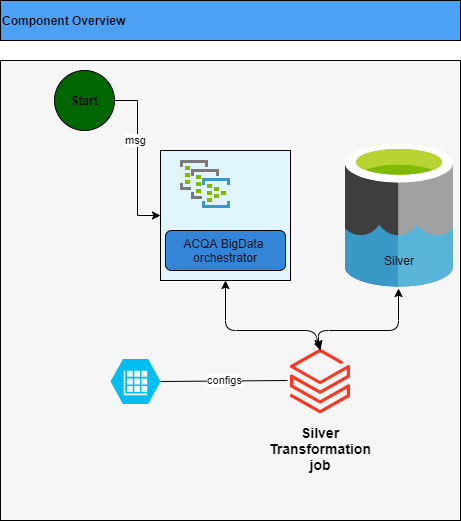
Earlier version of the draw.io export proposal_1.png (mdfarooqii/farooq_demo_project). Source tidied: cells renumbered, new cells last; positions are measured from the earlier drawing's top-left corner, leaving out a move shared by most shapes.
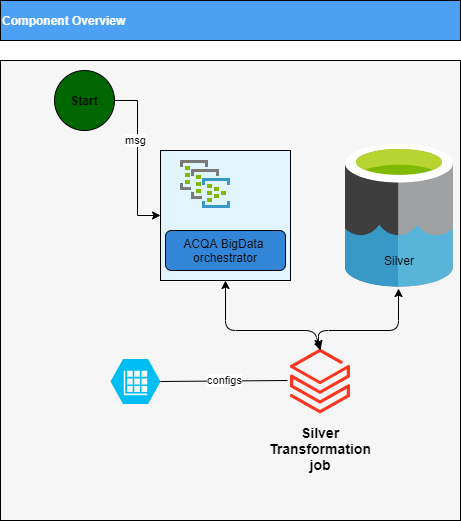
After the change.

Change to the diagram source:
```diff
@@ -58,7 +58,7 @@
     <mxCell id="15" style="html=1;points=[];align=center;image;fontSize=12;image=img/lib/mscae/Data_Lake.svg;fillColor=#e1f5fe;" parent="1" vertex="1">
       <mxGeometry x="345" y="143.7" width="108.4" height="142.6" as="geometry" />
     </mxCell>
-    <mxCell id="16" value="&lt;b&gt;Component Overview&lt;/b&gt;" style="rounded=0;whiteSpace=wrap;html=1;fillColor=#4da1f5;align=left;" parent="1" vertex="1">
+    <mxCell id="16" value="&lt;b&gt;&lt;font color=&quot;#ffffff&quot;&gt;Component Overview&lt;/font&gt;&lt;/b&gt;" style="rounded=0;whiteSpace=wrap;html=1;fillColor=#4da1f5;align=left;" parent="1" vertex="1">
       <mxGeometry width="460" height="40" as="geometry" />
     </mxCell>
     <mxCell id="17" value="Silver" style="text;html=1;strokeColor=none;fillColor=none;align=center;verticalAlign=middle;whiteSpace=wrap;rounded=0;" parent="1" vertex="1">
```
